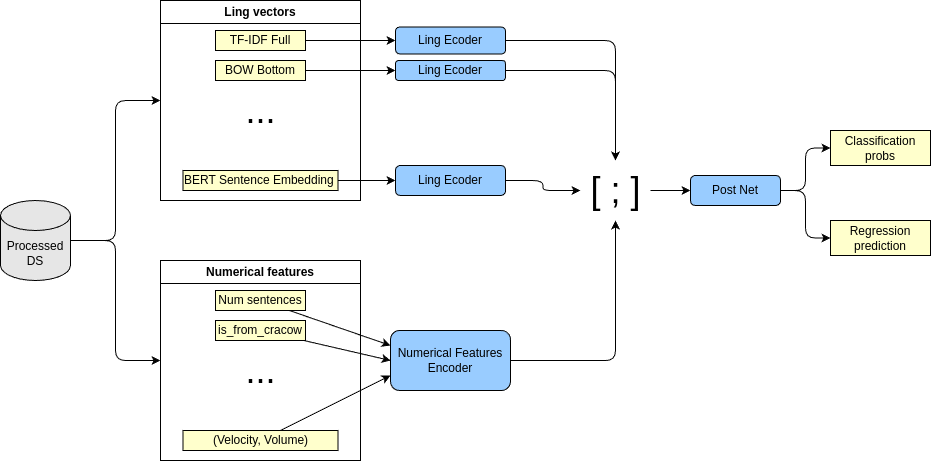
This is doc/diagrams/system-overview.drawio.png from WiktorProsowicz/advanced-data-mining-project, a draw.io export, as it was before one commit. Source tidied: cells renumbered, new cells last; positions are measured from the earlier drawing's top-left corner, leaving out a move shared by most shapes.
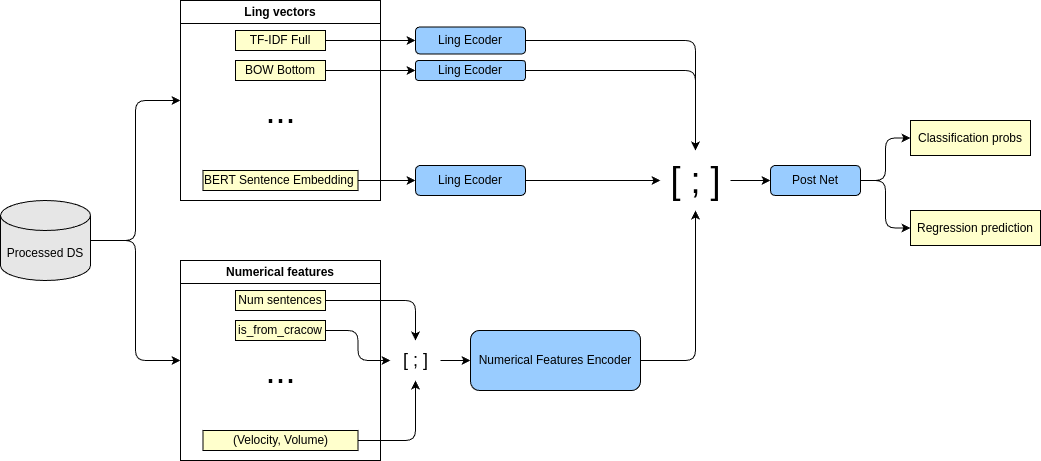
The same diagram one commit later.

Commit message:
Update system overview diagram

What changed in the source:
```diff
@@ -9,7 +9,7 @@
       <mxGeometry relative="1" as="geometry" />
     </mxCell>
     <mxCell id="4" value="Processed DS" style="shape=cylinder3;whiteSpace=wrap;html=1;boundedLbl=1;backgroundOutline=1;size=15;fillColor=#E6E6E6;" parent="1" vertex="1">
-      <mxGeometry y="200" width="70" height="80" as="geometry" />
+      <mxGeometry x="-20" y="200" width="90" height="80" as="geometry" />
     </mxCell>
     <mxCell id="5" value="Ling vectors" style="swimlane;whiteSpace=wrap;html=1;" parent="1" vertex="1">
       <mxGeometry x="160" width="200" height="200" as="geometry" />
@@ -45,17 +45,8 @@
       <mxGeometry relative="1" as="geometry" />
     </mxCell>
     <mxCell id="16" value="Numerical Features Encoder" style="rounded=1;whiteSpace=wrap;html=1;fillColor=#99CCFF;" parent="1" vertex="1">
-      <mxGeometry x="390" y="330" width="120" height="60" as="geometry" />
+      <mxGeometry x="450" y="330" width="170" height="60" as="geometry" />
     </mxCell>
-    <mxCell id="17" style="edgeStyle=none;html=1;entryX=0;entryY=0.25;entryDx=0;entryDy=0;" parent="1" edge="1" source="11" target="16">
-      <mxGeometry relative="1" as="geometry" />
-    </mxCell>
-    <mxCell id="18" style="edgeStyle=none;html=1;entryX=0;entryY=0.5;entryDx=0;entryDy=0;" parent="1" edge="1" source="12" target="16">
-      <mxGeometry relative="1" as="geometry" />
-    </mxCell>
-    <mxCell id="19" style="edgeStyle=none;html=1;entryX=0;entryY=0.75;entryDx=0;entryDy=0;" parent="1" edge="1" source="13" target="16">
-      <mxGeometry relative="1" as="geometry" />
-    </mxCell>
     <mxCell id="20" style="edgeStyle=orthogonalEdgeStyle;html=1;" parent="1" edge="1" source="21" target="30">
       <mxGeometry relative="1" as="geometry" />
     </mxCell>
@@ -87,7 +78,7 @@
       <mxGeometry relative="1" as="geometry" />
     </mxCell>
     <mxCell id="30" value="&lt;font style=&quot;font-size: 36px;&quot;&gt;[ ; ]&lt;/font&gt;" style="text;html=1;align=center;verticalAlign=middle;points=[];strokeColor=none;fillColor=none;" parent="1" vertex="1">
-      <mxGeometry x="580" y="160" width="70" height="60" as="geometry" />
+      <mxGeometry x="640" y="150" width="70" height="60" as="geometry" />
     </mxCell>
     <mxCell id="31" style="edgeStyle=orthogonalEdgeStyle;html=1;entryX=0;entryY=0.5;entryDx=0;entryDy=0;" parent="1" edge="1" source="33" target="35">
       <mxGeometry relative="1" as="geometry" />
@@ -96,13 +87,28 @@
       <mxGeometry relative="1" as="geometry" />
     </mxCell>
     <mxCell id="33" value="Post Net" style="rounded=1;whiteSpace=wrap;html=1;fillColor=#99CCFF;" parent="1" vertex="1">
-      <mxGeometry x="690" y="175" width="90" height="30" as="geometry" />
+      <mxGeometry x="750" y="165" width="90" height="30" as="geometry" />
     </mxCell>
     <mxCell id="34" value="Classification probs" style="rounded=0;whiteSpace=wrap;html=1;fillColor=#FFFFCC;" parent="1" vertex="1">
-      <mxGeometry x="830" y="130" width="100" height="35" as="geometry" />
+      <mxGeometry x="890" y="120" width="120" height="35" as="geometry" />
     </mxCell>
     <mxCell id="35" value="Regression prediction" style="rounded=0;whiteSpace=wrap;html=1;fillColor=#FFFFCC;" parent="1" vertex="1">
-      <mxGeometry x="830" y="220" width="100" height="35" as="geometry" />
+      <mxGeometry x="890" y="210" width="130" height="35" as="geometry" />
     </mxCell>
+    <mxCell id="36" style="edgeStyle=none;html=1;entryX=0;entryY=0.5;entryDx=0;entryDy=0;" parent="1" edge="1" source="37" target="16">
+      <mxGeometry relative="1" as="geometry" />
+    </mxCell>
+    <mxCell id="37" value="&lt;font style=&quot;font-size: 18px;&quot;&gt;[ ; ]&lt;/font&gt;" style="text;html=1;align=center;verticalAlign=middle;points=[];strokeColor=none;fillColor=none;" parent="1" vertex="1">
+      <mxGeometry x="370" y="340" width="50" height="40" as="geometry" />
+    </mxCell>
+    <mxCell id="38" style="edgeStyle=orthogonalEdgeStyle;html=1;" parent="1" edge="1" source="11" target="37">
+      <mxGeometry relative="1" as="geometry" />
+    </mxCell>
+    <mxCell id="39" style="edgeStyle=orthogonalEdgeStyle;html=1;" parent="1" edge="1" source="12" target="37">
+      <mxGeometry relative="1" as="geometry" />
+    </mxCell>
+    <mxCell id="40" style="edgeStyle=orthogonalEdgeStyle;html=1;" parent="1" edge="1" source="13" target="37">
+      <mxGeometry relative="1" as="geometry" />
+    </mxCell>
   </root>
 </mxGraphModel>
```
